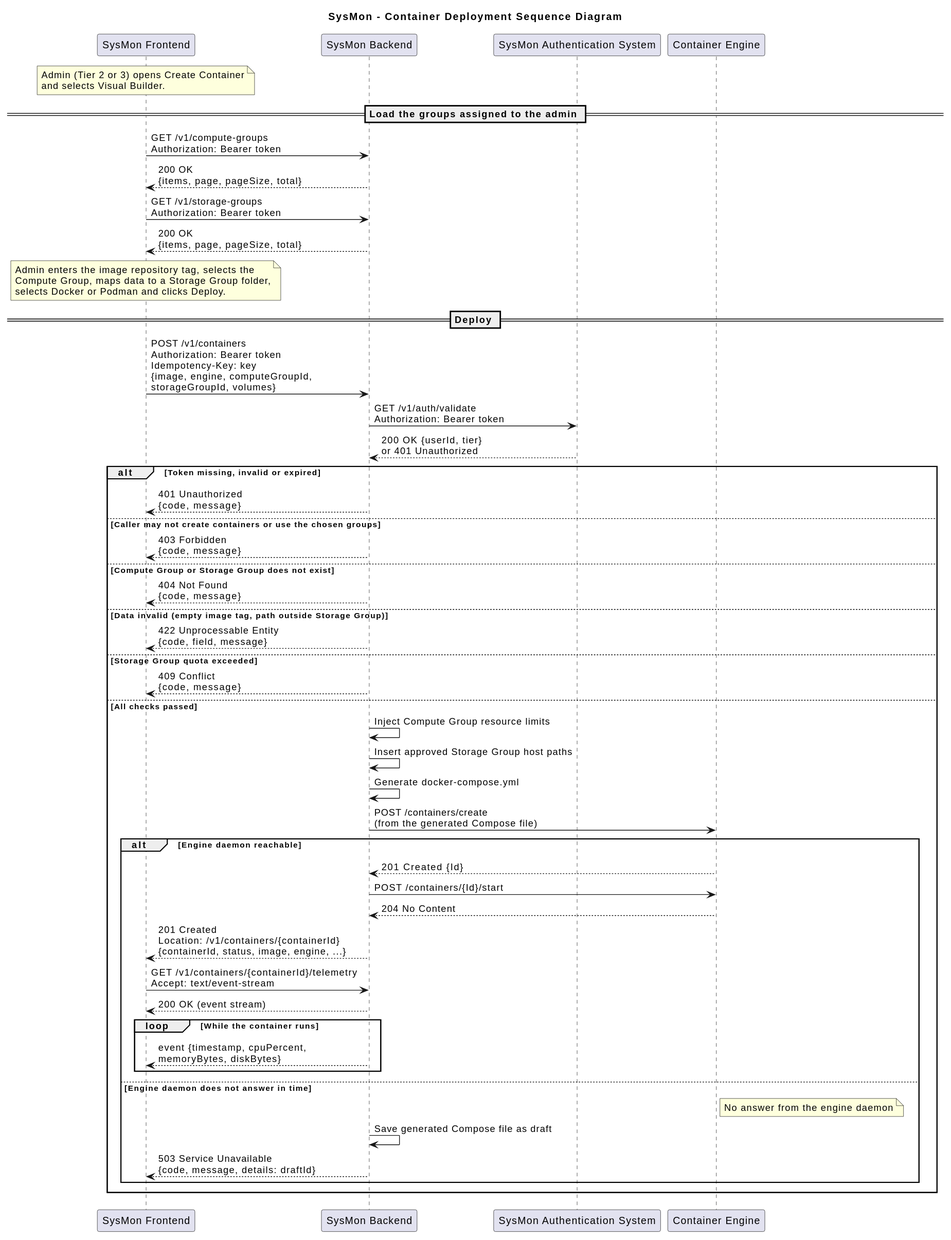
Above: Task3/sequence_diagrams/container_deployment.svg in hriday111/SysMon (PlantUML), before the change. The source it was exported from:
```plantuml
@startuml
title SysMon - Container Deployment Sequence Diagram

participant "SysMon Frontend" as Frontend
participant "SysMon Backend" as Backend
participant "SysMon Authentication System" as Auth
participant "Container Engine" as Engine

note over Frontend
  Admin (Tier 2 or 3) opens Create Container
  and selects Visual Builder.
end note

== Load the groups assigned to the admin ==
Frontend -> Backend : GET /v1/compute-groups\nAuthorization: Bearer token
Backend --> Frontend : 200 OK\n{items, page, pageSize, total}
Frontend -> Backend : GET /v1/storage-groups\nAuthorization: Bearer token
Backend --> Frontend : 200 OK\n{items, page, pageSize, total}

note over Frontend
  Admin enters the image repository tag, selects the
  Compute Group, maps data to a Storage Group folder,
  selects Docker or Podman and clicks Deploy.
end note

== Deploy ==
Frontend -> Backend : POST /v1/containers\nAuthorization: Bearer token\nIdempotency-Key: key\n{image, engine, computeGroupId,\nstorageGroupId, volumes}
Backend -> Auth : GET /v1/auth/validate\nAuthorization: Bearer token
Auth --> Backend : 200 OK {userId, tier}\nor 401 Unauthorized

alt Token missing, invalid or expired
  Backend --> Frontend : 401 Unauthorized\n{code, message}
else Caller may not create containers or use the chosen groups
  Backend --> Frontend : 403 Forbidden\n{code, message}
else Compute Group or Storage Group does not exist
  Backend --> Frontend : 404 Not Found\n{code, message}
else Data invalid (empty image tag, path outside Storage Group)
  Backend --> Frontend : 422 Unprocessable Entity\n{code, field, message}
else Storage Group quota exceeded
  Backend --> Frontend : 409 Conflict\n{code, message}
else All checks passed
  Backend -> Backend : Inject Compute Group resource limits
  Backend -> Backend : Insert approved Storage Group host paths
  Backend -> Backend : Generate docker-compose.yml
  Backend -> Engine : POST /containers/create\n(from the generated Compose file)

  alt Engine daemon reachable
    Engine --> Backend : 201 Created {Id}
    Backend -> Engine : POST /containers/{Id}/start
    Engine --> Backend : 204 No Content
    Backend --> Frontend : 201 Created\nLocation: /v1/containers/{containerId}\n{containerId, status, image, engine, ...}

    Frontend -> Backend : GET /v1/containers/{containerId}/telemetry\nAccept: text/event-stream
    Backend --> Frontend : 200 OK (event stream)
    loop While the container runs
      Backend --> Frontend : event {timestamp, cpuPercent,\nmemoryBytes, diskBytes}
    end
  else Engine daemon does not answer in time
    note right of Engine : No answer from the engine daemon
    Backend -> Backend : Save generated Compose file as draft
    Backend --> Frontend : 503 Service Unavailable\n{code, message, details: draftId}
  end
end
@enduml
```
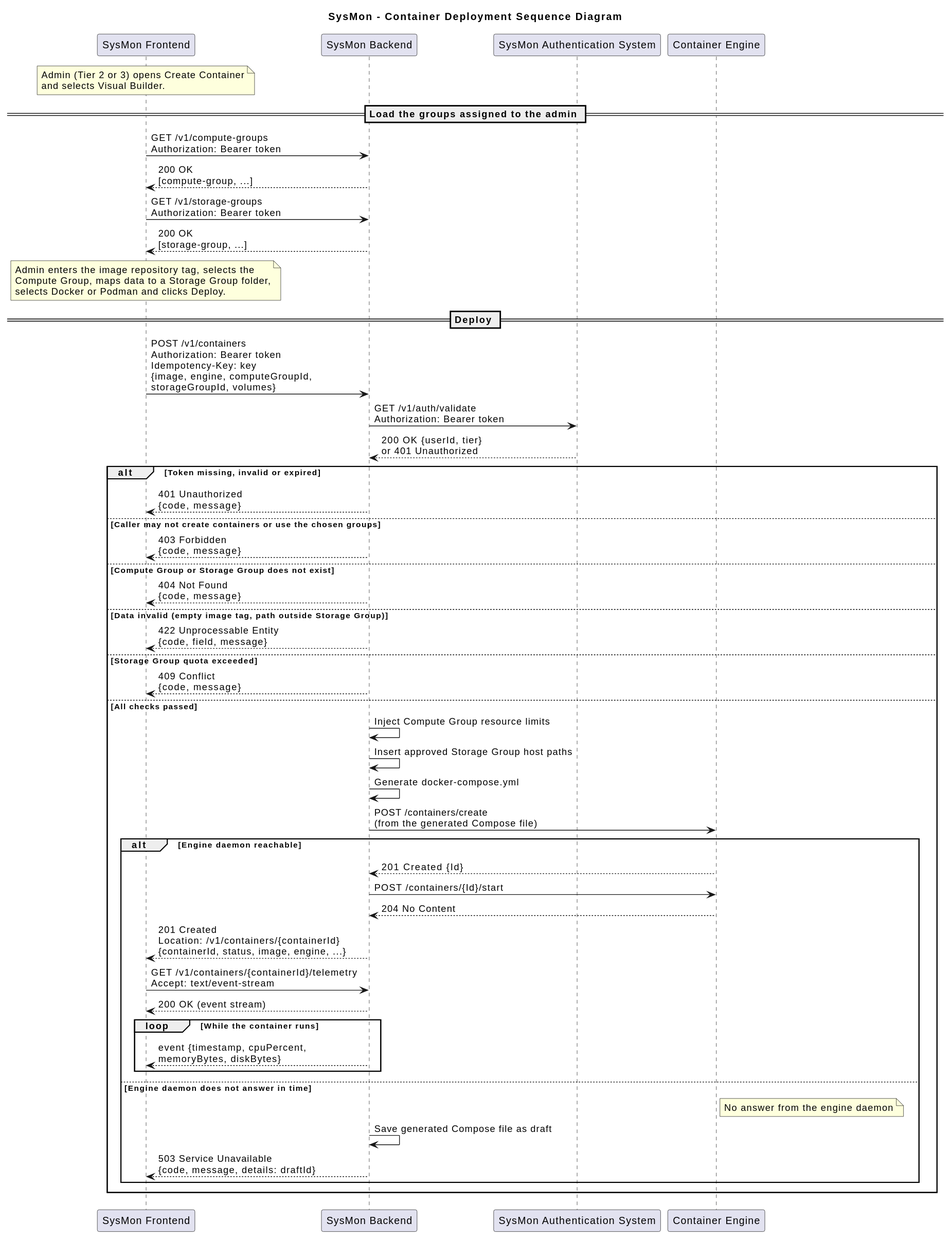
After the change.

What changed in the source:
```diff
@@ -13,9 +13,9 @@
 
 == Load the groups assigned to the admin ==
 Frontend -> Backend : GET /v1/compute-groups\nAuthorization: Bearer token
-Backend --> Frontend : 200 OK\n{items, page, pageSize, total}
+Backend --> Frontend : 200 OK\n[compute-group, ...]
 Frontend -> Backend : GET /v1/storage-groups\nAuthorization: Bearer token
-Backend --> Frontend : 200 OK\n{items, page, pageSize, total}
+Backend --> Frontend : 200 OK\n[storage-group, ...]
 
 note over Frontend
   Admin enters the image repository tag, selects the
```
